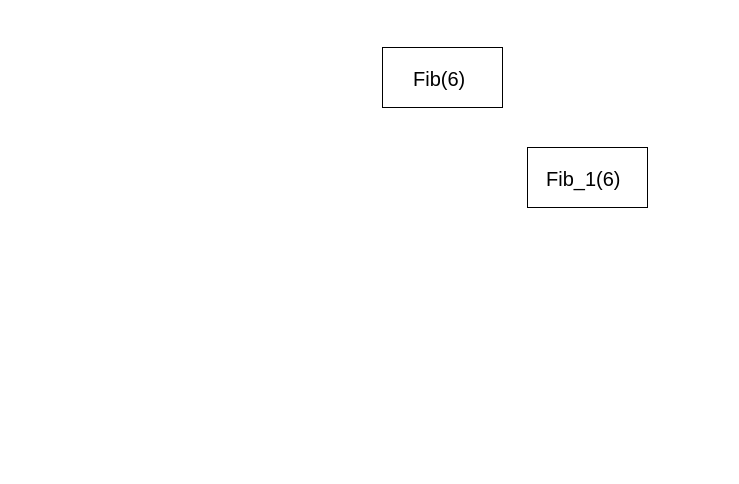
Above: imgs/Untitled Diagram.drawio in a4lamber/Leetcode (draw.io), before the change. Source tidied: cells renumbered, new cells numbered last; positions are measured from the earlier drawing's top-left corner, leaving out a move shared by most shapes. Both pictures are drawn from the tidied source at 100%, with x=0, y=0 at pixel (382, 47).
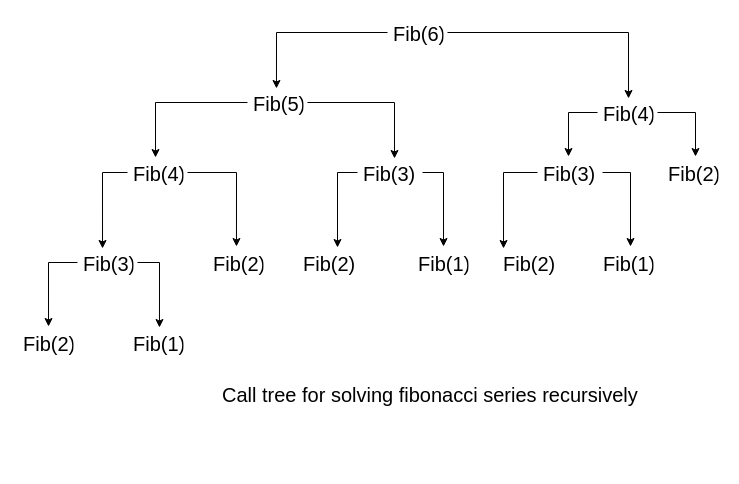
The same diagram, later.

The edit, as a diff of the source:
```diff
@@
-    <mxCell id="2" style="group;" parent="1" vertex="1">
-      <mxGeometry width="120" height="60" as="geometry" />
-    </mxCell>
-    <mxCell id="3" style="group;" parent="2" vertex="1">
-      <mxGeometry width="120" height="60" as="geometry" />
-    </mxCell>
-    <mxCell id="4" style="rounded=0;whiteSpace=wrap;html=1;" parent="3" vertex="1">
-      <mxGeometry width="120" height="60" as="geometry" />
-    </mxCell>
+    <mxCell id="9" style="edgeStyle=orthogonalEdgeStyle;rounded=0;jettySize=auto;html=1;entryX=0.483;entryY=0.033;entryDx=0;entryDy=0;entryPerimeter=0;fontSize=20;" parent="1" edge="1" source="5" target="13">
+      <mxGeometry relative="1" as="geometry" />
+    </mxCell>
+    <mxCell id="10" style="edgeStyle=orthogonalEdgeStyle;rounded=0;jettySize=auto;html=1;entryX=0.517;entryY=0.033;entryDx=0;entryDy=0;entryPerimeter=0;fontSize=20;" parent="1" edge="1" source="5" target="16">
+      <mxGeometry relative="1" as="geometry" />
+    </mxCell>
-    <mxCell id="5" value="Fib(6)" style="text;strokeColor=none;fillColor=none;align=left;verticalAlign=middle;spacingLeft=4;spacingRight=4;overflow=hidden;points=[[0,0.5],[1,0.5]];portConstraint=eastwest;fontSize=20;" parent="3" vertex="1">
-      <mxGeometry x="25" y="15" width="95" height="30" as="geometry" />
+    <mxCell id="5" value="Fib(6)" style="text;strokeColor=none;fillColor=none;align=left;verticalAlign=middle;spacingLeft=4;spacingRight=4;overflow=hidden;points=[[0,0.5],[1,0.5]];portConstraint=eastwest;fontSize=20;" parent="1" vertex="1">
+      <mxGeometry x="5" y="-30" width="60" height="30" as="geometry" />
     </mxCell>
-    <mxCell id="6" style="group;" parent="1" vertex="1">
-      <mxGeometry x="145" y="100" width="120" height="60" as="geometry" />
-    </mxCell>
-    <mxCell id="7" style="rounded=0;whiteSpace=wrap;html=1;" parent="6" vertex="1">
-      <mxGeometry width="120" height="60" as="geometry" />
-    </mxCell>
-    <mxCell id="8" value="Fib_1(6)" style="text;strokeColor=none;fillColor=none;align=left;verticalAlign=middle;spacingLeft=4;spacingRight=4;overflow=hidden;fontSize=20;" parent="6" vertex="1">
-      <mxGeometry x="13" y="15" width="95" height="30" as="geometry" />
-    </mxCell>
+    <mxCell id="11" style="edgeStyle=orthogonalEdgeStyle;rounded=0;jettySize=auto;html=1;entryX=0.569;entryY=0.033;entryDx=0;entryDy=0;entryPerimeter=0;fontSize=20;" parent="1" edge="1" source="13" target="20">
+      <mxGeometry relative="1" as="geometry" />
+    </mxCell>
+    <mxCell id="12" style="edgeStyle=orthogonalEdgeStyle;rounded=0;jettySize=auto;html=1;entryX=0.467;entryY=0;entryDx=0;entryDy=0;entryPerimeter=0;fontSize=20;" parent="1" edge="1" source="13" target="32">
+      <mxGeometry relative="1" as="geometry" />
+    </mxCell>
+    <mxCell id="13" value="Fib(5)" style="text;strokeColor=none;fillColor=none;align=left;verticalAlign=middle;spacingLeft=4;spacingRight=4;overflow=hidden;points=[[0,0.5],[1,0.5]];portConstraint=eastwest;fontSize=20;" parent="1" vertex="1">
+      <mxGeometry x="-135" y="40" width="60" height="30" as="geometry" />
+    </mxCell>
+    <mxCell id="14" style="edgeStyle=orthogonalEdgeStyle;rounded=0;jettySize=auto;html=1;entryX=0.477;entryY=-0.033;entryDx=0;entryDy=0;entryPerimeter=0;fontSize=20;" parent="1" edge="1" source="16" target="27">
+      <mxGeometry relative="1" as="geometry" />
+    </mxCell>
+    <mxCell id="15" style="edgeStyle=orthogonalEdgeStyle;rounded=0;jettySize=auto;html=1;entryX=0.55;entryY=-0.033;entryDx=0;entryDy=0;entryPerimeter=0;fontSize=20;" parent="1" edge="1" source="16" target="28">
+      <mxGeometry relative="1" as="geometry" />
+    </mxCell>
+    <mxCell id="16" value="Fib(4)" style="text;strokeColor=none;fillColor=none;align=left;verticalAlign=middle;spacingLeft=4;spacingRight=4;overflow=hidden;points=[[0,0.5],[1,0.5]];portConstraint=eastwest;fontSize=20;" parent="1" vertex="1">
+      <mxGeometry x="215" y="50" width="60" height="30" as="geometry" />
+    </mxCell>
+    <mxCell id="17" value="Fib(2)" style="text;strokeColor=none;fillColor=none;align=left;verticalAlign=middle;spacingLeft=4;spacingRight=4;overflow=hidden;points=[[0,0.5],[1,0.5]];portConstraint=eastwest;fontSize=20;" parent="1" vertex="1">
+      <mxGeometry x="-175" y="200" width="60" height="30" as="geometry" />
+    </mxCell>
+    <mxCell id="18" style="edgeStyle=orthogonalEdgeStyle;rounded=0;jettySize=auto;html=1;fontSize=20;" parent="1" edge="1" source="20" target="33">
+      <mxGeometry relative="1" as="geometry">
+        <Array as="points">
+          <mxPoint x="-45" y="125" />
+        </Array>
+      </mxGeometry>
+    </mxCell>
+    <mxCell id="19" style="edgeStyle=orthogonalEdgeStyle;rounded=0;jettySize=auto;html=1;entryX=0.517;entryY=-0.033;entryDx=0;entryDy=0;entryPerimeter=0;fontSize=20;" parent="1" edge="1" source="20" target="34">
+      <mxGeometry relative="1" as="geometry" />
+    </mxCell>
+    <mxCell id="20" value="Fib(3)" style="text;strokeColor=none;fillColor=none;align=left;verticalAlign=middle;spacingLeft=4;spacingRight=4;overflow=hidden;points=[[0,0.5],[1,0.5]];portConstraint=eastwest;fontSize=20;" parent="1" vertex="1">
+      <mxGeometry x="-25" y="110" width="65" height="30" as="geometry" />
+    </mxCell>
+    <mxCell id="21" value="Fib(2)" style="text;strokeColor=none;fillColor=none;align=left;verticalAlign=middle;spacingLeft=4;spacingRight=4;overflow=hidden;points=[[0,0.5],[1,0.5]];portConstraint=eastwest;fontSize=20;" parent="1" vertex="1">
+      <mxGeometry x="115" y="200" width="70" height="30" as="geometry" />
+    </mxCell>
+    <mxCell id="22" style="edgeStyle=orthogonalEdgeStyle;rounded=0;jettySize=auto;html=1;entryX=0.517;entryY=-0.033;entryDx=0;entryDy=0;entryPerimeter=0;fontSize=20;" parent="1" edge="1" source="24" target="35">
+      <mxGeometry relative="1" as="geometry" />
+    </mxCell>
+    <mxCell id="23" style="edgeStyle=orthogonalEdgeStyle;rounded=0;jettySize=auto;html=1;entryX=0.533;entryY=0;entryDx=0;entryDy=0;entryPerimeter=0;fontSize=20;" parent="1" edge="1" source="24" target="36">
+      <mxGeometry relative="1" as="geometry" />
+    </mxCell>
+    <mxCell id="24" value="Fib(3)" style="text;strokeColor=none;fillColor=none;align=left;verticalAlign=middle;spacingLeft=4;spacingRight=4;overflow=hidden;points=[[0,0.5],[1,0.5]];portConstraint=eastwest;fontSize=20;" parent="1" vertex="1">
+      <mxGeometry x="-305" y="200" width="60" height="30" as="geometry" />
+    </mxCell>
+    <mxCell id="25" style="edgeStyle=orthogonalEdgeStyle;rounded=0;jettySize=auto;html=1;entryX=0.55;entryY=-0.033;entryDx=0;entryDy=0;entryPerimeter=0;fontSize=20;" parent="1" edge="1" source="27" target="29">
+      <mxGeometry relative="1" as="geometry" />
+    </mxCell>
+    <mxCell id="26" style="edgeStyle=orthogonalEdgeStyle;rounded=0;jettySize=auto;html=1;entryX=0.086;entryY=0.033;entryDx=0;entryDy=0;entryPerimeter=0;fontSize=20;" parent="1" edge="1" source="27" target="21">
+      <mxGeometry relative="1" as="geometry" />
+    </mxCell>
+    <mxCell id="27" value="Fib(3)" style="text;strokeColor=none;fillColor=none;align=left;verticalAlign=middle;spacingLeft=4;spacingRight=4;overflow=hidden;points=[[0,0.5],[1,0.5]];portConstraint=eastwest;fontSize=20;" parent="1" vertex="1">
+      <mxGeometry x="155" y="110" width="65" height="30" as="geometry" />
+    </mxCell>
+    <mxCell id="28" value="Fib(2)" style="text;strokeColor=none;fillColor=none;align=left;verticalAlign=middle;spacingLeft=4;spacingRight=4;overflow=hidden;points=[[0,0.5],[1,0.5]];portConstraint=eastwest;fontSize=20;" parent="1" vertex="1">
+      <mxGeometry x="280" y="110" width="60" height="30" as="geometry" />
+    </mxCell>
+    <mxCell id="29" value="Fib(1)" style="text;strokeColor=none;fillColor=none;align=left;verticalAlign=middle;spacingLeft=4;spacingRight=4;overflow=hidden;points=[[0,0.5],[1,0.5]];portConstraint=eastwest;fontSize=20;" parent="1" vertex="1">
+      <mxGeometry x="215" y="200" width="60" height="30" as="geometry" />
+    </mxCell>
+    <mxCell id="30" style="edgeStyle=orthogonalEdgeStyle;rounded=0;jettySize=auto;html=1;entryX=0.417;entryY=0.033;entryDx=0;entryDy=0;entryPerimeter=0;fontSize=20;" parent="1" edge="1" source="32" target="24">
+      <mxGeometry relative="1" as="geometry" />
+    </mxCell>
+    <mxCell id="31" style="edgeStyle=orthogonalEdgeStyle;rounded=0;jettySize=auto;html=1;entryX=0.483;entryY=-0.033;entryDx=0;entryDy=0;entryPerimeter=0;fontSize=20;" parent="1" edge="1" source="32" target="17">
+      <mxGeometry relative="1" as="geometry" />
+    </mxCell>
+    <mxCell id="32" value="Fib(4)" style="text;strokeColor=none;fillColor=none;align=left;verticalAlign=middle;spacingLeft=4;spacingRight=4;overflow=hidden;points=[[0,0.5],[1,0.5]];portConstraint=eastwest;fontSize=20;" parent="1" vertex="1">
+      <mxGeometry x="-255" y="110" width="60" height="30" as="geometry" />
+    </mxCell>
+    <mxCell id="33" value="Fib(2)" style="text;strokeColor=none;fillColor=none;align=left;verticalAlign=middle;spacingLeft=4;spacingRight=4;overflow=hidden;points=[[0,0.5],[1,0.5]];portConstraint=eastwest;fontSize=20;" parent="1" vertex="1">
+      <mxGeometry x="-85" y="200" width="70" height="30" as="geometry" />
+    </mxCell>
+    <mxCell id="34" value="Fib(1)" style="text;strokeColor=none;fillColor=none;align=left;verticalAlign=middle;spacingLeft=4;spacingRight=4;overflow=hidden;points=[[0,0.5],[1,0.5]];portConstraint=eastwest;fontSize=20;" parent="1" vertex="1">
+      <mxGeometry x="30" y="200" width="60" height="30" as="geometry" />
+    </mxCell>
+    <mxCell id="35" value="Fib(2)" style="text;strokeColor=none;fillColor=none;align=left;verticalAlign=middle;spacingLeft=4;spacingRight=4;overflow=hidden;points=[[0,0.5],[1,0.5]];portConstraint=eastwest;fontSize=20;" parent="1" vertex="1">
+      <mxGeometry x="-365" y="280" width="60" height="30" as="geometry" />
+    </mxCell>
+    <mxCell id="36" value="Fib(1)" style="text;strokeColor=none;fillColor=none;align=left;verticalAlign=middle;spacingLeft=4;spacingRight=4;overflow=hidden;points=[[0,0.5],[1,0.5]];portConstraint=eastwest;fontSize=20;" parent="1" vertex="1">
+      <mxGeometry x="-255" y="280" width="60" height="30" as="geometry" />
+    </mxCell>
+    <mxCell id="37" value="&lt;h1&gt;&lt;span style=&quot;font-size: 20px; font-weight: normal;&quot;&gt;Call tree for solving fibonacci series recursively&lt;/span&gt;&lt;br&gt;&lt;/h1&gt;" style="text;html=1;strokeColor=none;fillColor=none;spacing=5;spacingTop=-20;whiteSpace=wrap;overflow=hidden;rounded=0;fontSize=20;" parent="1" vertex="1">
+      <mxGeometry x="-165" y="300" width="480" height="120" as="geometry" />
+    </mxCell>
```
